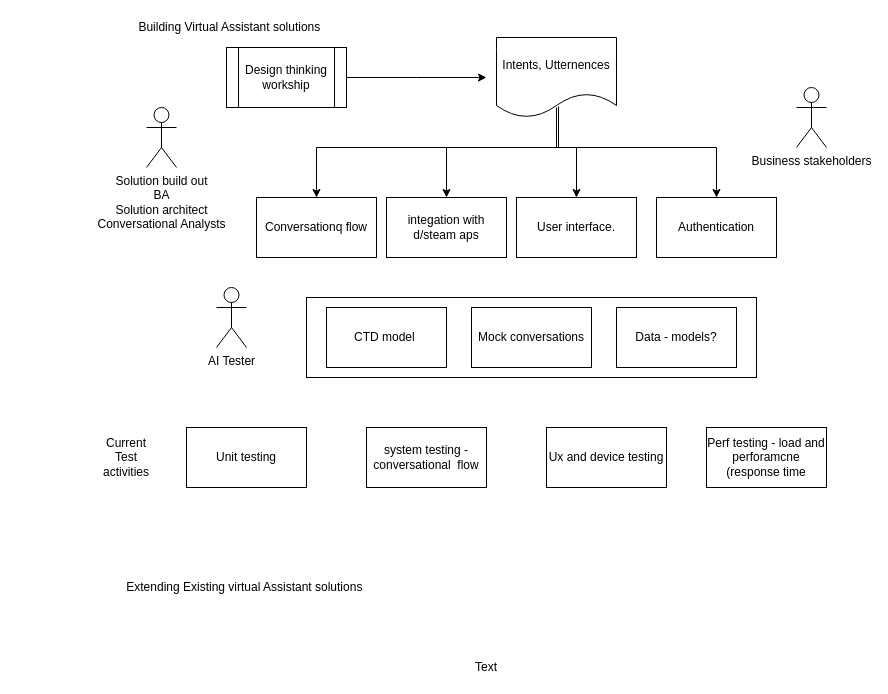
This is AI Tester in the conversational system build out.drawio from ilanjaya/TestCOE, a draw.io file, before an edit. Source tidied: cells renumbered, new cells numbered last; positions are measured from the earlier drawing's top-left corner, leaving out a move shared by most shapes. Both pictures are drawn from the tidied source at 100%, with x=0, y=0 at pixel (101, 17).
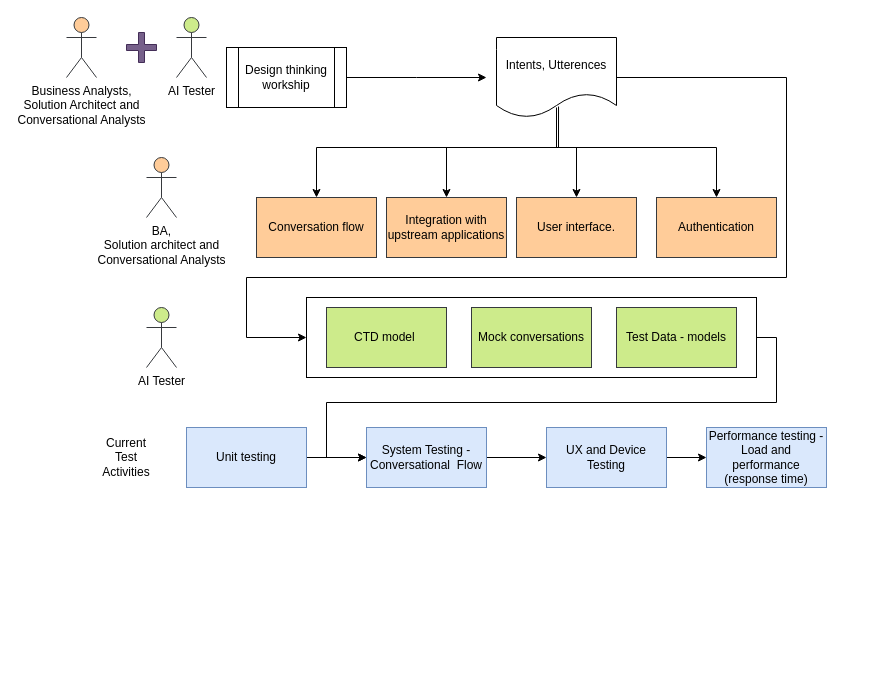
Above is the later version.

The change refers to these unchanged cells:
```xml
<mxCell id="2" style="rounded=0;whiteSpace=wrap;html=1;" parent="1" vertex="1">
  <mxGeometry x="205" y="280" width="450" height="80" as="geometry" />
</mxCell>
```

Change to the diagram source:
```diff
@@
+    <mxCell id="28" style="edgeStyle=orthogonalEdgeStyle;rounded=0;jettySize=auto;html=1;exitX=1;exitY=0.5;exitDx=0;exitDy=0;entryX=0;entryY=0.5;entryDx=0;entryDy=0;startArrow=none;startFill=0;" parent="1" edge="1" source="2" target="15">
+      <mxGeometry relative="1" as="geometry">
+        <Array as="points">
+          <mxPoint x="675" y="320" />
+          <mxPoint x="675" y="385" />
+          <mxPoint x="225" y="385" />
+          <mxPoint x="225" y="440" />
+        </Array>
+      </mxGeometry>
+    </mxCell>
@@
+    <mxCell id="29" style="edgeStyle=orthogonalEdgeStyle;rounded=0;jettySize=auto;html=1;exitX=1;exitY=0.5;exitDx=0;exitDy=0;entryX=0;entryY=0.5;entryDx=0;entryDy=0;" parent="1" edge="1" source="8" target="2">
+      <mxGeometry relative="1" as="geometry">
+        <Array as="points">
+          <mxPoint x="685" y="60" />
+          <mxPoint x="685" y="260" />
+          <mxPoint x="145" y="260" />
+          <mxPoint x="145" y="320" />
+        </Array>
+      </mxGeometry>
+    </mxCell>
-    <mxCell id="8" value="Intents, Utternences" style="shape=document;whiteSpace=wrap;html=1;boundedLbl=1;" parent="1" vertex="1">
+    <mxCell id="8" value="Intents, Utterences" style="shape=document;whiteSpace=wrap;html=1;boundedLbl=1;" parent="1" vertex="1">
       <mxGeometry x="395" y="20" width="120" height="80" as="geometry" />
     </mxCell>
-    <mxCell id="9" value="Conversationq flow" style="rounded=0;whiteSpace=wrap;html=1;" parent="1" vertex="1">
+    <mxCell id="9" value="Conversation flow" style="rounded=0;whiteSpace=wrap;html=1;fillColor=#ffcc99;strokeColor=#36393d;" parent="1" vertex="1">
       <mxGeometry x="155" y="180" width="120" height="60" as="geometry" />
     </mxCell>
-    <mxCell id="10" value="integation with d/steam aps" style="rounded=0;whiteSpace=wrap;html=1;" parent="1" vertex="1">
+    <mxCell id="10" value="Integration with upstream applications" style="rounded=0;whiteSpace=wrap;html=1;fillColor=#ffcc99;strokeColor=#36393d;" parent="1" vertex="1">
       <mxGeometry x="285" y="180" width="120" height="60" as="geometry" />
     </mxCell>
-    <mxCell id="11" value="Authentication" style="rounded=0;whiteSpace=wrap;html=1;" parent="1" vertex="1">
+    <mxCell id="11" value="Authentication" style="rounded=0;whiteSpace=wrap;html=1;fillColor=#ffcc99;strokeColor=#36393d;" parent="1" vertex="1">
       <mxGeometry x="555" y="180" width="120" height="60" as="geometry" />
     </mxCell>
-    <mxCell id="12" value="User interface." style="rounded=0;whiteSpace=wrap;html=1;" parent="1" vertex="1">
+    <mxCell id="12" value="User interface." style="rounded=0;whiteSpace=wrap;html=1;fillColor=#ffcc99;strokeColor=#36393d;" parent="1" vertex="1">
       <mxGeometry x="415" y="180" width="120" height="60" as="geometry" />
     </mxCell>
-    <mxCell id="13" value="AI Tester" style="shape=umlActor;verticalLabelPosition=bottom;verticalAlign=top;html=1;" parent="1" vertex="1">
-      <mxGeometry x="115" y="270" width="30" height="60" as="geometry" />
+    <mxCell id="13" value="AI Tester" style="shape=umlActor;verticalLabelPosition=bottom;verticalAlign=top;html=1;fillColor=#cdeb8b;strokeColor=#36393d;" parent="1" vertex="1">
+      <mxGeometry x="45" y="290" width="30" height="60" as="geometry" />
     </mxCell>
+    <mxCell id="30" style="edgeStyle=orthogonalEdgeStyle;rounded=0;jettySize=auto;html=1;exitX=1;exitY=0.5;exitDx=0;exitDy=0;entryX=0;entryY=0.5;entryDx=0;entryDy=0;" parent="1" edge="1" source="14" target="15">
+      <mxGeometry relative="1" as="geometry" />
+    </mxCell>
-    <mxCell id="14" value="Unit testing" style="rounded=0;whiteSpace=wrap;html=1;" parent="1" vertex="1">
+    <mxCell id="14" value="Unit testing" style="rounded=0;whiteSpace=wrap;html=1;fillColor=#dae8fc;strokeColor=#6c8ebf;" parent="1" vertex="1">
       <mxGeometry x="85" y="410" width="120" height="60" as="geometry" />
     </mxCell>
+    <mxCell id="31" style="edgeStyle=orthogonalEdgeStyle;rounded=0;jettySize=auto;html=1;exitX=1;exitY=0.5;exitDx=0;exitDy=0;entryX=0;entryY=0.5;entryDx=0;entryDy=0;" parent="1" edge="1" source="15" target="17">
+      <mxGeometry relative="1" as="geometry" />
+    </mxCell>
-    <mxCell id="15" value="system testing - conversational&amp;nbsp; flow" style="rounded=0;whiteSpace=wrap;html=1;" parent="1" vertex="1">
+    <mxCell id="15" value="System Testing - Conversational&amp;nbsp; Flow" style="rounded=0;whiteSpace=wrap;html=1;fillColor=#dae8fc;strokeColor=#6c8ebf;" parent="1" vertex="1">
       <mxGeometry x="265" y="410" width="120" height="60" as="geometry" />
     </mxCell>
-    <mxCell id="16" value="Perf testing - load and perforamcne (response time" style="rounded=0;whiteSpace=wrap;html=1;" parent="1" vertex="1">
+    <mxCell id="16" value="Performance testing - Load and performance (response time)" style="rounded=0;whiteSpace=wrap;html=1;fillColor=#dae8fc;strokeColor=#6c8ebf;" parent="1" vertex="1">
       <mxGeometry x="605" y="410" width="120" height="60" as="geometry" />
     </mxCell>
+    <mxCell id="32" style="edgeStyle=orthogonalEdgeStyle;rounded=0;jettySize=auto;html=1;exitX=1;exitY=0.5;exitDx=0;exitDy=0;entryX=0;entryY=0.5;entryDx=0;entryDy=0;" parent="1" edge="1" source="17" target="16">
+      <mxGeometry relative="1" as="geometry" />
+    </mxCell>
-    <mxCell id="17" value="Ux and device testing" style="rounded=0;whiteSpace=wrap;html=1;" parent="1" vertex="1">
+    <mxCell id="17" value="UX and Device Testing" style="rounded=0;whiteSpace=wrap;html=1;fillColor=#dae8fc;strokeColor=#6c8ebf;" parent="1" vertex="1">
       <mxGeometry x="445" y="410" width="120" height="60" as="geometry" />
     </mxCell>
-    <mxCell id="18" value="Solution build out&lt;br&gt;BA&lt;br&gt;Solution architect&lt;br&gt;Conversational Analysts&lt;br&gt;" style="shape=umlActor;verticalLabelPosition=bottom;verticalAlign=top;html=1;" parent="1" vertex="1">
-      <mxGeometry x="45" y="90" width="30" height="60" as="geometry" />
+    <mxCell id="18" value="BA, &lt;br&gt;Solution architect and &lt;br&gt;Conversational Analysts" style="shape=umlActor;verticalLabelPosition=bottom;verticalAlign=top;html=1;fillColor=#ffcc99;strokeColor=#36393d;" parent="1" vertex="1">
+      <mxGeometry x="45" y="140" width="30" height="60" as="geometry" />
     </mxCell>
-    <mxCell id="19" value="CTD model&amp;nbsp;" style="rounded=0;whiteSpace=wrap;html=1;" parent="1" vertex="1">
+    <mxCell id="19" value="CTD model&amp;nbsp;" style="rounded=0;whiteSpace=wrap;html=1;fillColor=#cdeb8b;strokeColor=#36393d;" parent="1" vertex="1">
       <mxGeometry x="225" y="290" width="120" height="60" as="geometry" />
     </mxCell>
-    <mxCell id="20" value="Mock conversations" style="rounded=0;whiteSpace=wrap;html=1;" parent="1" vertex="1">
+    <mxCell id="20" value="Mock conversations" style="rounded=0;whiteSpace=wrap;html=1;fillColor=#cdeb8b;strokeColor=#36393d;" parent="1" vertex="1">
       <mxGeometry x="370" y="290" width="120" height="60" as="geometry" />
     </mxCell>
-    <mxCell id="21" value="Data - models?" style="rounded=0;whiteSpace=wrap;html=1;" parent="1" vertex="1">
+    <mxCell id="21" value="Test Data - models" style="rounded=0;whiteSpace=wrap;html=1;fillColor=#cdeb8b;strokeColor=#36393d;" parent="1" vertex="1">
       <mxGeometry x="515" y="290" width="120" height="60" as="geometry" />
     </mxCell>
@@
-    <mxCell id="23" value="Business stakeholders" style="shape=umlActor;verticalLabelPosition=bottom;verticalAlign=top;html=1;" parent="1" vertex="1">
-      <mxGeometry x="695" y="70" width="30" height="60" as="geometry" />
-    </mxCell>
-    <mxCell id="24" value="Current Test activities" style="text;html=1;strokeColor=none;fillColor=none;align=center;verticalAlign=middle;whiteSpace=wrap;rounded=0;" parent="1" vertex="1">
+    <mxCell id="24" value="Current Test Activities" style="text;html=1;strokeColor=none;fillColor=none;align=center;verticalAlign=middle;whiteSpace=wrap;rounded=0;" parent="1" vertex="1">
       <mxGeometry x="5" y="430" width="40" height="20" as="geometry" />
     </mxCell>
-    <mxCell id="25" value="Extending Existing virtual Assistant solutions&amp;nbsp;" style="text;html=1;strokeColor=none;fillColor=none;align=center;verticalAlign=middle;whiteSpace=wrap;rounded=0;" parent="1" vertex="1">
-      <mxGeometry x="15" y="560" width="260" height="20" as="geometry" />
-    </mxCell>
-    <mxCell id="26" value="Building Virtual Assistant solutions&amp;nbsp;" style="text;html=1;strokeColor=none;fillColor=none;align=center;verticalAlign=middle;whiteSpace=wrap;rounded=0;" parent="1" vertex="1">
-      <mxGeometry width="260" height="20" as="geometry" />
-    </mxCell>
-    <mxCell id="27" value="Text" style="text;html=1;strokeColor=none;fillColor=none;align=center;verticalAlign=middle;whiteSpace=wrap;rounded=0;" parent="1" vertex="1">
-      <mxGeometry x="365" y="640" width="40" height="20" as="geometry" />
-    </mxCell>
+    <mxCell id="33" value="Business Analysts, &lt;br&gt;Solution Architect and &lt;br&gt;Conversational Analysts" style="shape=umlActor;verticalLabelPosition=bottom;verticalAlign=top;html=1;fillColor=#ffcc99;strokeColor=#36393d;" parent="1" vertex="1">
+      <mxGeometry x="-35" width="30" height="60" as="geometry" />
+    </mxCell>
+    <mxCell id="34" value="AI Tester" style="shape=umlActor;verticalLabelPosition=bottom;verticalAlign=top;html=1;fillColor=#cdeb8b;strokeColor=#36393d;" parent="1" vertex="1">
+      <mxGeometry x="75" width="30" height="60" as="geometry" />
+    </mxCell>
+    <mxCell id="35" style="shape=cross;whiteSpace=wrap;html=1;fillColor=#76608a;strokeColor=#432D57;fontColor=#ffffff;" parent="1" vertex="1">
+      <mxGeometry x="25" y="15" width="30" height="30" as="geometry" />
+    </mxCell>
```
